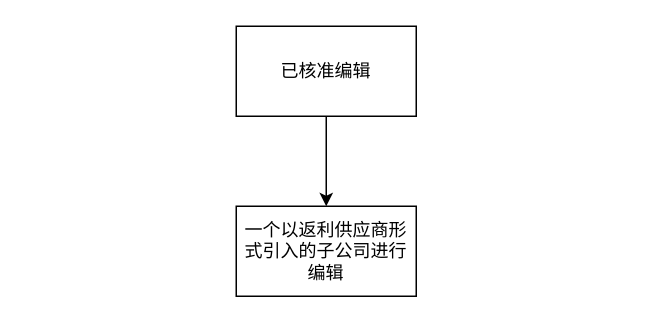
Earlier version of the draw.io diagram gitskills/返利供应商编辑.drawio (benbenbo/learngit). Source tidied: cells renumbered, new cells numbered last; positions are measured from the earlier drawing's top-left corner, leaving out a move shared by most shapes. Both pictures are drawn from the tidied source at 150%, with x=0, y=0 at pixel (236, 26).
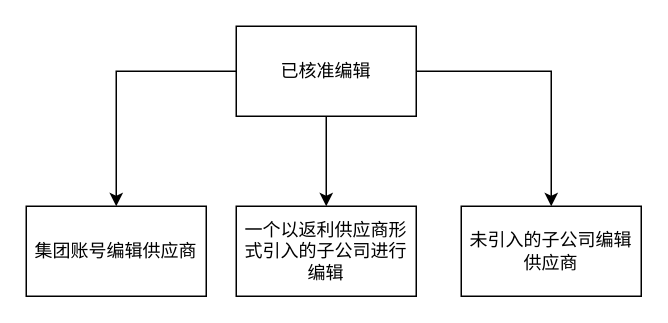
The same diagram, later.

Commit message (it also covers changes not shown here):
Update 返利供应商编辑.drawio

What changed in the source:
```diff
@@
 <mxGraphModel>
   <root>
     <mxCell id="0" />
     <mxCell id="1" parent="0" />
     <mxCell id="2" style="edgeStyle=orthogonalEdgeStyle;rounded=0;jettySize=auto;html=1;entryX=0.5;entryY=0;entryDx=0;entryDy=0;" parent="1" edge="1" source="3" target="4">
       <mxGeometry relative="1" as="geometry" />
     </mxCell>
+    <mxCell id="5" style="edgeStyle=orthogonalEdgeStyle;rounded=0;jettySize=auto;html=1;entryX=0.5;entryY=0;entryDx=0;entryDy=0;" parent="1" edge="1" source="3" target="7">
+      <mxGeometry relative="1" as="geometry" />
+    </mxCell>
+    <mxCell id="6" style="edgeStyle=orthogonalEdgeStyle;rounded=0;jettySize=auto;html=1;entryX=0.5;entryY=0;entryDx=0;entryDy=0;" parent="1" edge="1" source="3" target="8">
+      <mxGeometry relative="1" as="geometry" />
+    </mxCell>
     <mxCell id="3" value="已核准编辑" style="rounded=0;whiteSpace=wrap;html=1;" parent="1" vertex="1">
       <mxGeometry width="120" height="60" as="geometry" />
     </mxCell>
     <mxCell id="4" value="一个以返利供应商形式引入的子公司进行编辑" style="rounded=0;whiteSpace=wrap;html=1;" parent="1" vertex="1">
       <mxGeometry y="120" width="120" height="60" as="geometry" />
     </mxCell>
+    <mxCell id="7" value="集团账号编辑供应商" style="rounded=0;whiteSpace=wrap;html=1;" parent="1" vertex="1">
+      <mxGeometry x="-140" y="120" width="120" height="60" as="geometry" />
+    </mxCell>
+    <mxCell id="8" value="未引入的子公司编辑供应商" style="rounded=0;whiteSpace=wrap;html=1;" parent="1" vertex="1">
+      <mxGeometry x="150" y="120" width="120" height="60" as="geometry" />
+    </mxCell>
   </root>
 </mxGraphModel>
```
